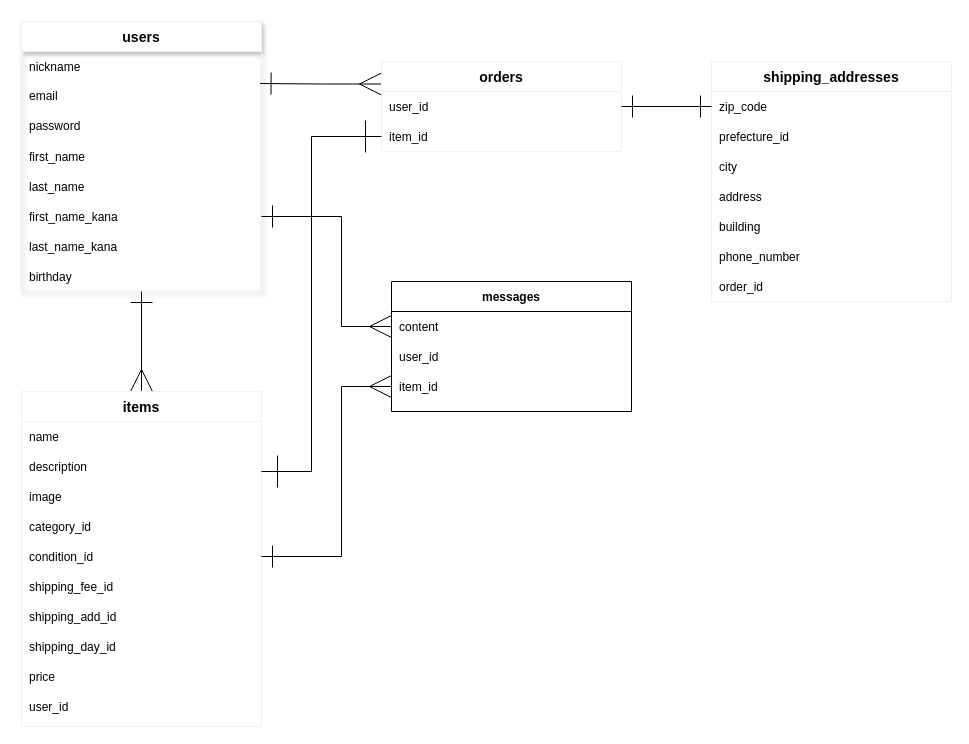
This is ER.dio from KentaroKageyama/furima-35204, a draw.io file, before an edit. Source tidied: cells renumbered, new cells numbered last; positions are measured from the earlier drawing's top-left corner, leaving out a move shared by most shapes. Both pictures are drawn from the tidied source at 100%, with x=0, y=0 at pixel (21, 21).
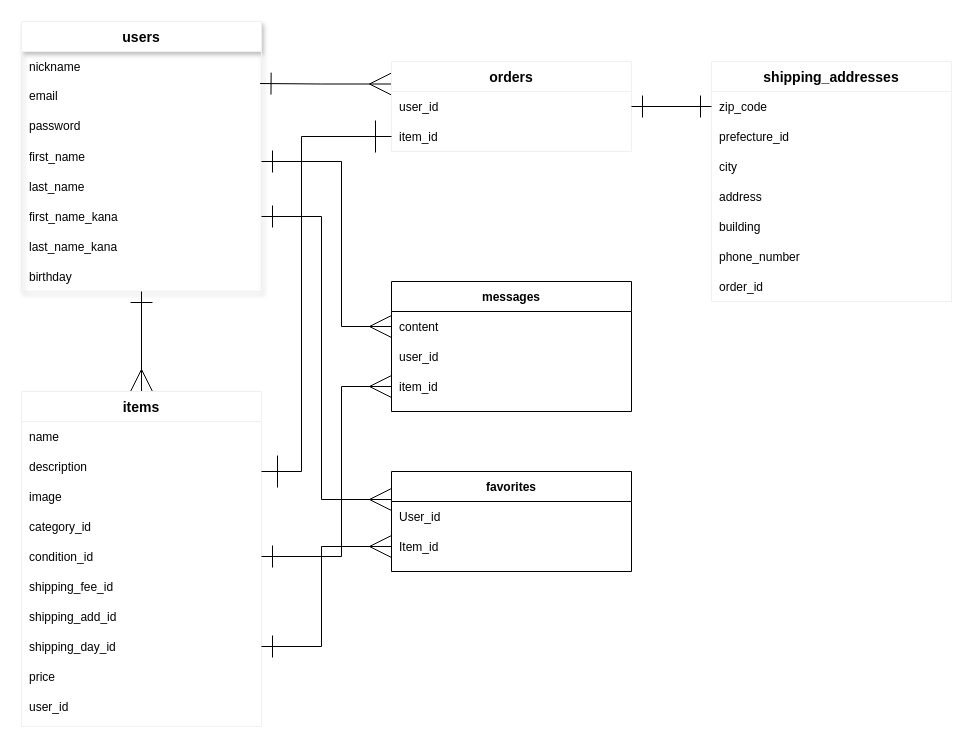
The same page after the edit.

Commit message (it also covers changes not shown here):
ER図・README更新

Unchanged cells that the change refers to:
```xml
<mxCell id="13" style="shape=partialRectangle;fillColor=none;top=0;left=0;bottom=0;right=0;points=[[0,0.5],[1,0.5]];portConstraint=eastwest;" parent="2" vertex="1">
  <mxGeometry y="180" width="240" height="30" as="geometry" />
</mxCell>
<mxCell id="35" style="shape=partialRectangle;fillColor=none;top=0;left=0;bottom=0;right=0;points=[[0,0.5],[1,0.5]];portConstraint=eastwest;" parent="20" vertex="1">
  <mxGeometry y="240" width="240" height="30" as="geometry" />
</mxCell>
<mxCell id="45" style="shape=partialRectangle;fillColor=none;top=0;left=0;bottom=0;right=0;points=[[0,0.5],[1,0.5]];portConstraint=eastwest;" parent="42" vertex="1">
  <mxGeometry y="60" width="240" height="30" as="geometry" />
</mxCell>
<mxCell id="65" style="shape=partialRectangle;fillColor=none;top=0;left=0;bottom=0;right=0;points=[[0,0.5],[1,0.5]];portConstraint=eastwest;" parent="64" vertex="1">
  <mxGeometry y="30" width="240" height="30" as="geometry" />
</mxCell>
```

Diff of the diagram source:
```diff
@@
     <mxCell id="42" value="orders" style="shape=table;startSize=30;childLayout=tableLayout;rowLines=0;fontStyle=1;align=center;shadow=0;strokeColor=#f0f0f0;fontSize=14;" parent="1" vertex="1">
-      <mxGeometry x="360" y="40" width="240" height="90" as="geometry" />
+      <mxGeometry x="370" y="40" width="240" height="90" as="geometry" />
     </mxCell>
@@
     <mxCell id="62" style="edgeStyle=orthogonalEdgeStyle;rounded=0;jettySize=auto;html=1;startArrow=ERone;startFill=0;startSize=30;endArrow=ERone;endFill=0;endSize=30;strokeWidth=1;fontSize=14;entryX=0;entryY=0.5;entryDx=0;entryDy=0;" parent="1" edge="1" target="45">
       <mxGeometry relative="1" as="geometry">
         <mxPoint x="240" y="450" as="sourcePoint" />
         <Array as="points">
-          <mxPoint x="290" y="450" />
-          <mxPoint x="290" y="115" />
+          <mxPoint x="280" y="450" />
+          <mxPoint x="280" y="115" />
         </Array>
       </mxGeometry>
     </mxCell>
@@
-    <mxCell id="71" style="edgeStyle=orthogonalEdgeStyle;rounded=0;jettySize=auto;html=1;exitX=0;exitY=0.5;exitDx=0;exitDy=0;entryX=1;entryY=0.5;entryDx=0;entryDy=0;startArrow=ERmany;startFill=0;startSize=20;endArrow=ERone;endFill=0;endSize=20;" parent="1" edge="1" source="65" target="13">
+    <mxCell id="71" style="edgeStyle=orthogonalEdgeStyle;rounded=0;jettySize=auto;html=1;exitX=0;exitY=0.5;exitDx=0;exitDy=0;startArrow=ERmany;startFill=0;startSize=20;endArrow=ERone;endFill=0;endSize=20;" parent="1" edge="1" source="65">
       <mxGeometry relative="1" as="geometry">
+        <mxPoint x="240" y="140" as="targetPoint" />
         <Array as="points">
           <mxPoint x="320" y="305" />
-          <mxPoint x="320" y="195" />
+          <mxPoint x="320" y="140" />
+          <mxPoint x="240" y="140" />
         </Array>
       </mxGeometry>
     </mxCell>
@@
+    <mxCell id="73" value="favorites" style="shape=table;startSize=30;childLayout=tableLayout;rowLines=0;fontStyle=1;align=center;" parent="1" vertex="1">
+      <mxGeometry x="370" y="450" width="240" height="100" as="geometry" />
+    </mxCell>
+    <mxCell id="74" style="shape=partialRectangle;fillColor=none;top=0;left=0;bottom=0;right=0;" parent="73" vertex="1">
+      <mxGeometry y="30" width="240" height="30" as="geometry" />
+    </mxCell>
+    <mxCell id="75" value="User_id" style="shape=partialRectangle;fillColor=none;top=0;left=0;bottom=0;right=0;align=left;spacingLeft=6;overflow=hidden;" parent="74" vertex="1">
+      <mxGeometry width="240" height="30" as="geometry" />
+    </mxCell>
+    <mxCell id="76" style="shape=partialRectangle;fillColor=none;top=0;left=0;bottom=0;right=0;points=[[0,0.5],[1,0.5]];portConstraint=eastwest;" parent="73" vertex="1">
+      <mxGeometry y="60" width="240" height="30" as="geometry" />
+    </mxCell>
+    <mxCell id="77" value="Item_id" style="shape=partialRectangle;fillColor=none;top=0;left=0;bottom=0;right=0;align=left;spacingLeft=6;overflow=hidden;" parent="76" vertex="1">
+      <mxGeometry width="240" height="30" as="geometry" />
+    </mxCell>
+    <mxCell id="78" style="edgeStyle=orthogonalEdgeStyle;rounded=0;jettySize=auto;html=1;exitX=1;exitY=0.5;exitDx=0;exitDy=0;endArrow=ERmany;endFill=0;startArrow=ERone;startFill=0;jumpSize=6;endSize=20;startSize=20;" parent="1" edge="1" source="13">
+      <mxGeometry relative="1" as="geometry">
+        <mxPoint x="370" y="478" as="targetPoint" />
+        <Array as="points">
+          <mxPoint x="300" y="195" />
+          <mxPoint x="300" y="478" />
+        </Array>
+      </mxGeometry>
+    </mxCell>
+    <mxCell id="79" style="edgeStyle=orthogonalEdgeStyle;rounded=0;jettySize=auto;html=1;exitX=1;exitY=0.5;exitDx=0;exitDy=0;entryX=0;entryY=0.5;entryDx=0;entryDy=0;endArrow=ERmany;endFill=0;startArrow=ERone;startFill=0;endSize=20;startSize=20;" parent="1" edge="1" source="35" target="76">
+      <mxGeometry relative="1" as="geometry">
+        <Array as="points">
+          <mxPoint x="300" y="625" />
+          <mxPoint x="300" y="525" />
+        </Array>
+      </mxGeometry>
+    </mxCell>
```
